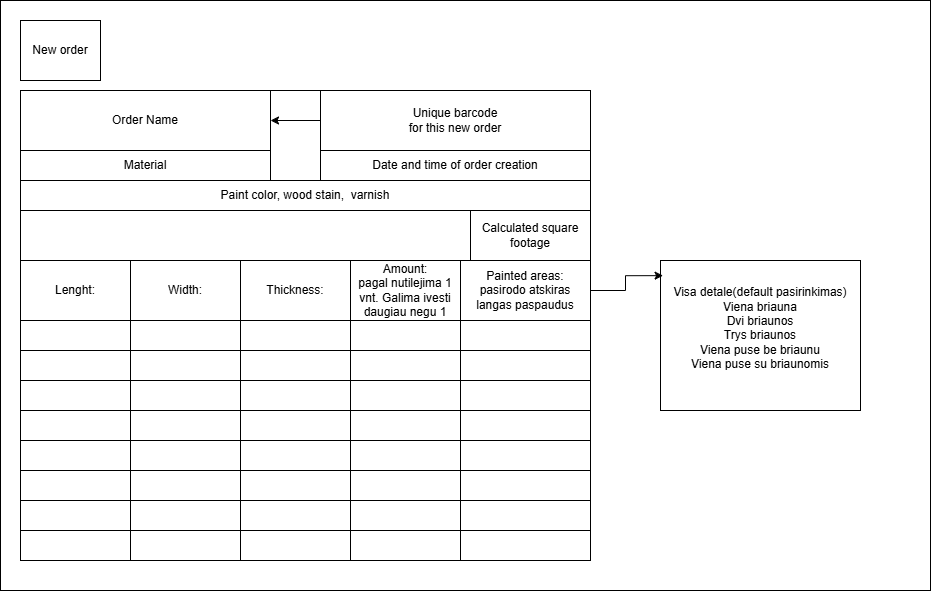
Above: NewOrder.png in EdvinasAntanaitis/BaigiamasisDarbas (draw.io), before the change. Source tidied: cells renumbered, new cells last; positions are measured from the earlier drawing's top-left corner, leaving out a move shared by most shapes. Source of this version:
```xml
<mxGraphModel>
  <root>
    <mxCell id="0" />
    <mxCell id="1" parent="0" />
    <mxCell id="2" style="rounded=0;whiteSpace=wrap;html=1;" parent="1" vertex="1">
      <mxGeometry width="930" height="590" as="geometry" />
    </mxCell>
    <mxCell id="3" value="New order" style="rounded=0;whiteSpace=wrap;html=1;" parent="1" vertex="1">
      <mxGeometry x="20" y="20" width="80" height="60" as="geometry" />
    </mxCell>
    <mxCell id="4" style="rounded=0;whiteSpace=wrap;html=1;" parent="1" vertex="1">
      <mxGeometry x="20" y="90" width="570" height="470" as="geometry" />
    </mxCell>
    <mxCell id="5" value="Order Name" style="rounded=0;whiteSpace=wrap;html=1;" parent="1" vertex="1">
      <mxGeometry x="20" y="90" width="250" height="60" as="geometry" />
    </mxCell>
    <mxCell id="6" style="edgeStyle=orthogonalEdgeStyle;rounded=0;jettySize=auto;html=1;exitX=0;exitY=0.5;exitDx=0;exitDy=0;" parent="1" edge="1" source="7" target="5">
      <mxGeometry relative="1" as="geometry" />
    </mxCell>
    <mxCell id="7" value="Unique barcode&lt;div&gt;for this new order&lt;/div&gt;" style="rounded=0;whiteSpace=wrap;html=1;" parent="1" vertex="1">
      <mxGeometry x="320" y="90" width="270" height="60" as="geometry" />
    </mxCell>
    <mxCell id="8" value="Date and time of order creation" style="rounded=0;whiteSpace=wrap;html=1;" parent="1" vertex="1">
      <mxGeometry x="320" y="150" width="270" height="30" as="geometry" />
    </mxCell>
    <mxCell id="9" value="Material" style="rounded=0;whiteSpace=wrap;html=1;" parent="1" vertex="1">
      <mxGeometry x="20" y="150" width="250" height="30" as="geometry" />
    </mxCell>
    <mxCell id="10" value="Paint color, wood stain,&amp;nbsp; varnish" style="rounded=0;whiteSpace=wrap;html=1;" parent="1" vertex="1">
      <mxGeometry x="20" y="180" width="570" height="30" as="geometry" />
    </mxCell>
    <mxCell id="11" value="Calculated square footage" style="rounded=0;whiteSpace=wrap;html=1;" parent="1" vertex="1">
      <mxGeometry x="470" y="210" width="120" height="50" as="geometry" />
    </mxCell>
    <mxCell id="12" style="rounded=0;whiteSpace=wrap;html=1;" parent="1" vertex="1">
      <mxGeometry x="20" y="260" width="570" height="30" as="geometry" />
    </mxCell>
    <mxCell id="13" style="rounded=0;whiteSpace=wrap;html=1;" parent="1" vertex="1">
      <mxGeometry x="20" y="290" width="570" height="30" as="geometry" />
    </mxCell>
    <mxCell id="14" style="rounded=0;whiteSpace=wrap;html=1;" parent="1" vertex="1">
      <mxGeometry x="20" y="320" width="570" height="30" as="geometry" />
    </mxCell>
    <mxCell id="15" style="rounded=0;whiteSpace=wrap;html=1;" parent="1" vertex="1">
      <mxGeometry x="20" y="350" width="570" height="30" as="geometry" />
    </mxCell>
    <mxCell id="16" style="rounded=0;whiteSpace=wrap;html=1;" parent="1" vertex="1">
      <mxGeometry x="20" y="380" width="570" height="30" as="geometry" />
    </mxCell>
    <mxCell id="17" style="rounded=0;whiteSpace=wrap;html=1;" parent="1" vertex="1">
      <mxGeometry x="20" y="410" width="570" height="30" as="geometry" />
    </mxCell>
    <mxCell id="18" style="rounded=0;whiteSpace=wrap;html=1;" parent="1" vertex="1">
      <mxGeometry x="20" y="440" width="570" height="30" as="geometry" />
    </mxCell>
    <mxCell id="19" style="rounded=0;whiteSpace=wrap;html=1;" parent="1" vertex="1">
      <mxGeometry x="20" y="470" width="570" height="30" as="geometry" />
    </mxCell>
    <mxCell id="20" style="rounded=0;whiteSpace=wrap;html=1;" parent="1" vertex="1">
      <mxGeometry x="20" y="500" width="570" height="30" as="geometry" />
    </mxCell>
    <mxCell id="21" style="rounded=0;whiteSpace=wrap;html=1;" parent="1" vertex="1">
      <mxGeometry x="20" y="530" width="570" height="30" as="geometry" />
    </mxCell>
    <mxCell id="22" value="Lenght:" style="rounded=0;whiteSpace=wrap;html=1;" parent="1" vertex="1">
      <mxGeometry x="20" y="260" width="110" height="60" as="geometry" />
    </mxCell>
    <mxCell id="23" value="Width:" style="rounded=0;whiteSpace=wrap;html=1;" parent="1" vertex="1">
      <mxGeometry x="130" y="260" width="110" height="60" as="geometry" />
    </mxCell>
    <mxCell id="24" value="Thickness:" style="rounded=0;whiteSpace=wrap;html=1;" parent="1" vertex="1">
      <mxGeometry x="240" y="260" width="110" height="60" as="geometry" />
    </mxCell>
    <mxCell id="25" value="Amount:&lt;div&gt;pagal nutilejima 1 vnt. Galima ivesti daugiau negu 1&lt;/div&gt;" style="rounded=0;whiteSpace=wrap;html=1;" parent="1" vertex="1">
      <mxGeometry x="350" y="260" width="110" height="60" as="geometry" />
    </mxCell>
    <mxCell id="26" value="Painted areas:&lt;div&gt;pasirodo atskiras langas paspaudus&lt;/div&gt;" style="rounded=0;whiteSpace=wrap;html=1;" parent="1" vertex="1">
      <mxGeometry x="460" y="260" width="130" height="60" as="geometry" />
    </mxCell>
    <mxCell id="27" value="&lt;div&gt;Visa detale(default pasirinkimas)&lt;/div&gt;Viena briauna&lt;div&gt;Dvi briaunos&lt;/div&gt;&lt;div&gt;Trys briaunos&lt;/div&gt;&lt;div&gt;Viena puse be briaunu&lt;/div&gt;&lt;div&gt;Viena puse su briaunomis&lt;/div&gt;&lt;div&gt;&lt;br&gt;&lt;/div&gt;" style="rounded=0;whiteSpace=wrap;html=1;" parent="1" vertex="1">
      <mxGeometry x="660" y="260" width="200" height="150" as="geometry" />
    </mxCell>
    <mxCell id="28" style="edgeStyle=orthogonalEdgeStyle;rounded=0;jettySize=auto;html=1;exitX=1;exitY=0.5;exitDx=0;exitDy=0;entryX=0.013;entryY=0.101;entryDx=0;entryDy=0;entryPerimeter=0;" parent="1" edge="1" source="26" target="27">
      <mxGeometry relative="1" as="geometry" />
    </mxCell>
    <mxCell id="29" style="shape=partialRectangle;whiteSpace=wrap;html=1;bottom=0;top=0;fillColor=none;" parent="1" vertex="1">
      <mxGeometry x="350" y="300" width="110" height="260" as="geometry" />
    </mxCell>
    <mxCell id="30" style="shape=partialRectangle;whiteSpace=wrap;html=1;bottom=0;top=0;fillColor=none;" parent="1" vertex="1">
      <mxGeometry x="240" y="290" width="110" height="270" as="geometry" />
    </mxCell>
    <mxCell id="31" style="shape=partialRectangle;whiteSpace=wrap;html=1;bottom=0;top=0;fillColor=none;" parent="1" vertex="1">
      <mxGeometry x="130" y="290" width="110" height="270" as="geometry" />
    </mxCell>
  </root>
</mxGraphModel>
```
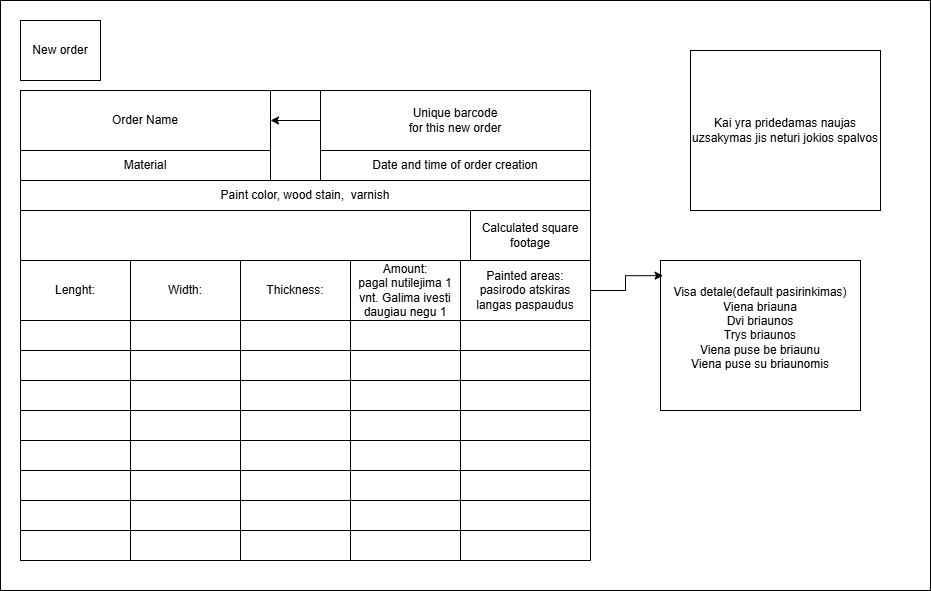
The same file after the commit.

Change to the diagram source:
```diff
@@ -92,5 +92,8 @@
     <mxCell id="31" style="shape=partialRectangle;whiteSpace=wrap;html=1;bottom=0;top=0;fillColor=none;" parent="1" vertex="1">
       <mxGeometry x="130" y="290" width="110" height="270" as="geometry" />
     </mxCell>
+    <mxCell id="32" value="Kai yra pridedamas naujas uzsakymas jis neturi jokios spalvos" style="rounded=0;whiteSpace=wrap;html=1;" parent="1" vertex="1">
+      <mxGeometry x="690" y="50" width="190" height="160" as="geometry" />
+    </mxCell>
   </root>
 </mxGraphModel>
```
